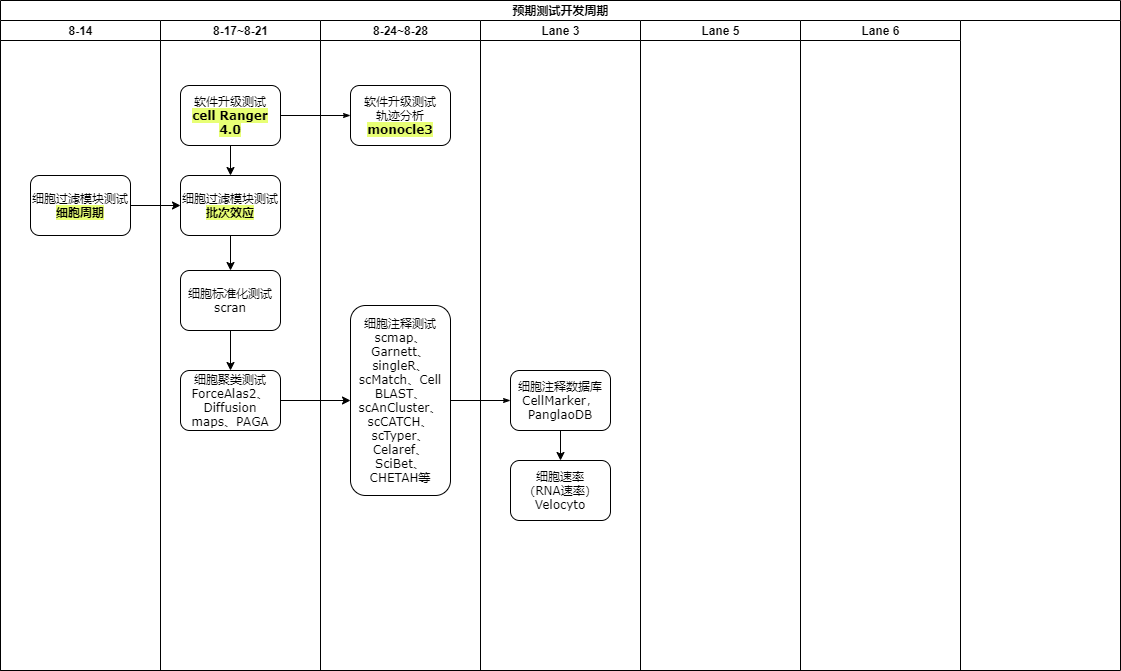
This is 流程图2.png from myshu2017-03-14/test-myshu-2018-1-13, a draw.io export, as it was before one commit. Source tidied: cells renumbered, new cells last; positions are measured from the earlier drawing's top-left corner, leaving out a move shared by most shapes.
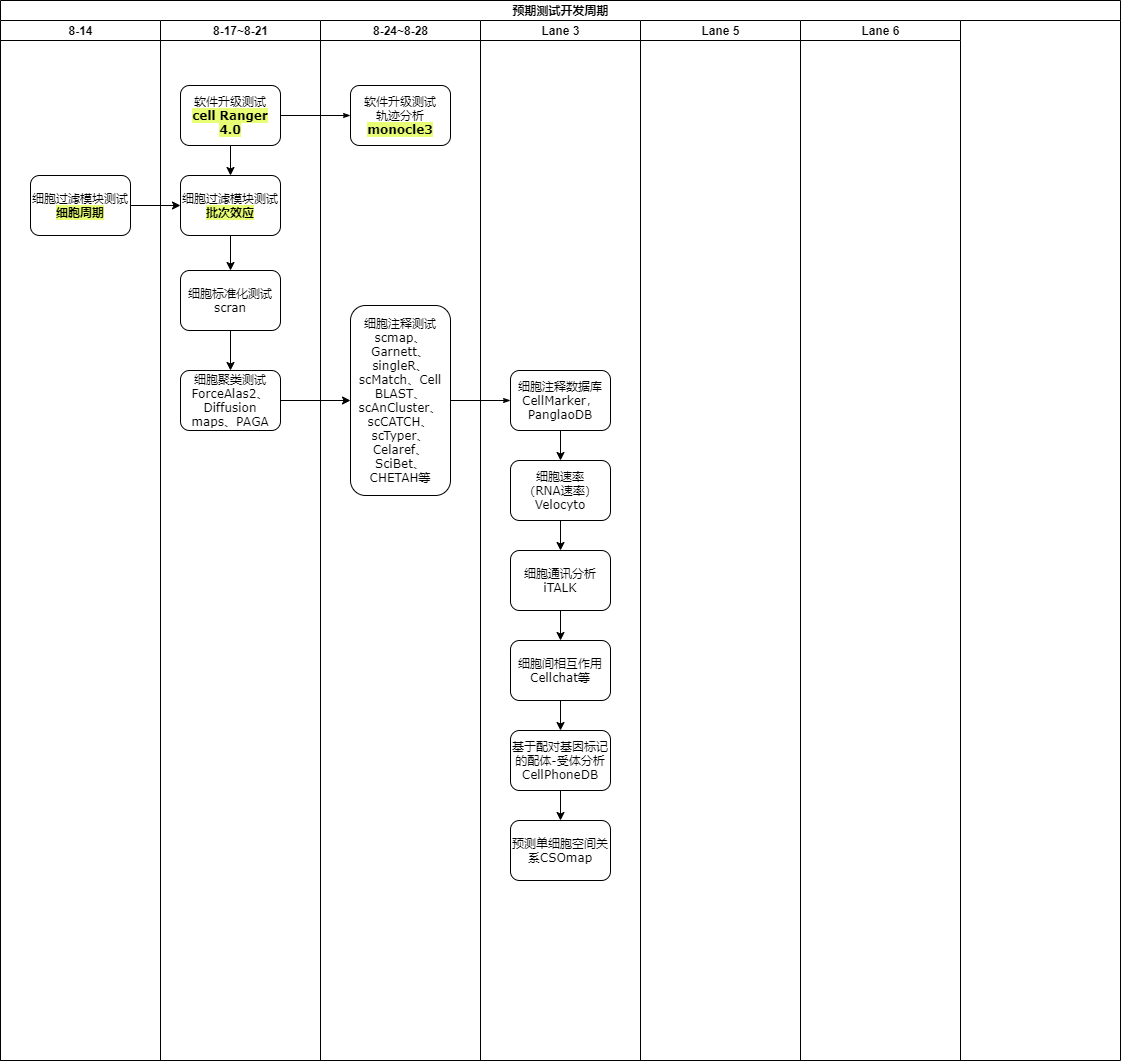
Later version of the same file.

Commit message:
更新流程图2.png

Diff of the diagram source:
```diff
@@ -3,16 +3,16 @@
     <mxCell id="0" />
     <mxCell id="1" parent="0" />
     <mxCell id="2" value="预期测试开发周期" style="swimlane;html=1;startSize=20;rounded=0;shadow=0;labelBackgroundColor=none;strokeWidth=1;fontFamily=Verdana;fontSize=8;align=center;" parent="1" vertex="1">
-      <mxGeometry width="1120" height="670" as="geometry" />
+      <mxGeometry width="1120" height="1060" as="geometry" />
     </mxCell>
     <mxCell id="3" value="8-14" style="swimlane;html=1;startSize=20;" parent="2" vertex="1">
-      <mxGeometry y="20" width="160" height="650" as="geometry" />
+      <mxGeometry y="20" width="160" height="1040" as="geometry" />
     </mxCell>
     <mxCell id="4" value="细胞过滤模块测试&lt;br&gt;&lt;b style=&quot;background-color: rgb(232 , 255 , 117)&quot;&gt;细胞周期&lt;/b&gt;" style="rounded=1;whiteSpace=wrap;html=1;shadow=0;labelBackgroundColor=none;strokeWidth=1;fontFamily=Verdana;fontSize=8;align=center;" parent="3" vertex="1">
       <mxGeometry x="30" y="155" width="100" height="60" as="geometry" />
     </mxCell>
     <mxCell id="5" value="8-17~8-21" style="swimlane;html=1;startSize=20;" parent="2" vertex="1">
-      <mxGeometry x="160" y="20" width="160" height="650" as="geometry" />
+      <mxGeometry x="160" y="20" width="160" height="1040" as="geometry" />
     </mxCell>
     <mxCell id="6" value="细胞标准化测试&lt;br&gt;scran" style="rounded=1;whiteSpace=wrap;html=1;shadow=0;labelBackgroundColor=none;strokeWidth=1;fontFamily=Verdana;fontSize=8;align=center;" parent="5" vertex="1">
       <mxGeometry x="20" y="250" width="100" height="60" as="geometry" />
@@ -42,7 +42,7 @@
       <mxGeometry relative="1" as="geometry" />
     </mxCell>
     <mxCell id="15" value="8-24~8-28" style="swimlane;html=1;startSize=20;" parent="2" vertex="1">
-      <mxGeometry x="320" y="20" width="160" height="650" as="geometry" />
+      <mxGeometry x="320" y="20" width="160" height="1040" as="geometry" />
     </mxCell>
     <mxCell id="16" value="&lt;div&gt;&lt;span style=&quot;font-size: 8px&quot;&gt;细胞注释测试&lt;/span&gt;&lt;/div&gt;&lt;div&gt;&lt;span style=&quot;font-size: 8px&quot;&gt;scmap、Garnett、singleR、scMatch、Cell&lt;/span&gt;&lt;/div&gt;&lt;div&gt;&lt;span style=&quot;font-size: 8px&quot;&gt;BLAST、scAnCluster、scCATCH、scTyper、Celaref、SciBet、CHETAH等&lt;/span&gt;&lt;/div&gt;" style="rounded=1;whiteSpace=wrap;html=1;shadow=0;labelBackgroundColor=none;strokeWidth=1;fontFamily=Verdana;fontSize=8;align=center;" parent="15" vertex="1">
       <mxGeometry x="30" y="285" width="100" height="190" as="geometry" />
@@ -51,7 +51,7 @@
       <mxGeometry x="30" y="65" width="100" height="60" as="geometry" />
     </mxCell>
     <mxCell id="18" value="Lane 3" style="swimlane;html=1;startSize=20;" parent="2" vertex="1">
-      <mxGeometry x="480" y="20" width="160" height="650" as="geometry" />
+      <mxGeometry x="480" y="20" width="160" height="1040" as="geometry" />
     </mxCell>
     <mxCell id="19" style="edgeStyle=none;rounded=1;jettySize=auto;html=1;" parent="18" edge="1" source="20" target="21">
       <mxGeometry relative="1" as="geometry" />
@@ -62,11 +62,35 @@
     <mxCell id="21" value="&lt;span style=&quot;font-size: 8px&quot;&gt;细胞速率&lt;br&gt;（RNA速率） Velocyto&lt;/span&gt;" style="rounded=1;whiteSpace=wrap;html=1;shadow=0;labelBackgroundColor=none;strokeWidth=1;fontFamily=Verdana;fontSize=8;align=center;" parent="18" vertex="1">
       <mxGeometry x="30" y="440" width="100" height="60" as="geometry" />
     </mxCell>
+    <mxCell id="26" style="edgeStyle=none;rounded=1;jettySize=auto;html=1;fontFamily=Verdana;fontSize=8;" parent="18" edge="1" source="21" target="28">
+      <mxGeometry relative="1" as="geometry" />
+    </mxCell>
+    <mxCell id="27" style="edgeStyle=none;rounded=1;jettySize=auto;html=1;fontFamily=Verdana;fontSize=8;" parent="18" edge="1" source="28" target="30">
+      <mxGeometry relative="1" as="geometry" />
+    </mxCell>
+    <mxCell id="28" value="&lt;span style=&quot;font-size: 8px&quot;&gt;细胞通讯分析 iTALK&lt;/span&gt;" style="whiteSpace=wrap;html=1;rounded=1;shadow=0;fontFamily=Verdana;fontSize=8;strokeWidth=1;" parent="18" vertex="1">
+      <mxGeometry x="30" y="530" width="100" height="60" as="geometry" />
+    </mxCell>
+    <mxCell id="29" style="edgeStyle=none;rounded=1;jettySize=auto;html=1;fontFamily=Verdana;fontSize=8;" parent="18" edge="1" source="30" target="32">
+      <mxGeometry relative="1" as="geometry" />
+    </mxCell>
+    <mxCell id="30" value="&lt;span style=&quot;font-size: 8px&quot;&gt;细胞间相互作用Cellchat等&lt;/span&gt;" style="whiteSpace=wrap;html=1;rounded=1;shadow=0;fontFamily=Verdana;fontSize=8;strokeWidth=1;" parent="18" vertex="1">
+      <mxGeometry x="30" y="620" width="100" height="60" as="geometry" />
+    </mxCell>
+    <mxCell id="31" style="edgeStyle=none;rounded=1;jettySize=auto;html=1;fontFamily=Verdana;fontSize=8;" parent="18" edge="1" source="32" target="33">
+      <mxGeometry relative="1" as="geometry" />
+    </mxCell>
+    <mxCell id="32" value="&lt;span style=&quot;font-size: 8px&quot;&gt;基于配对基因标记的配体-受体分析CellPhoneDB&lt;/span&gt;" style="whiteSpace=wrap;html=1;rounded=1;shadow=0;fontFamily=Verdana;fontSize=8;strokeWidth=1;" parent="18" vertex="1">
+      <mxGeometry x="30" y="710" width="100" height="60" as="geometry" />
+    </mxCell>
+    <mxCell id="33" value="&lt;span style=&quot;font-size: 8px&quot;&gt;预测单细胞空间关系CSOmap&lt;/span&gt;" style="whiteSpace=wrap;html=1;rounded=1;shadow=0;fontFamily=Verdana;fontSize=8;strokeWidth=1;" parent="18" vertex="1">
+      <mxGeometry x="30" y="800" width="100" height="60" as="geometry" />
+    </mxCell>
     <mxCell id="22" value="Lane 5" style="swimlane;html=1;startSize=20;" parent="2" vertex="1">
-      <mxGeometry x="640" y="20" width="160" height="650" as="geometry" />
+      <mxGeometry x="640" y="20" width="160" height="1040" as="geometry" />
     </mxCell>
     <mxCell id="23" value="Lane 6" style="swimlane;html=1;startSize=20;" parent="2" vertex="1">
-      <mxGeometry x="800" y="20" width="160" height="650" as="geometry" />
+      <mxGeometry x="800" y="20" width="160" height="1040" as="geometry" />
     </mxCell>
     <mxCell id="24" style="edgeStyle=orthogonalEdgeStyle;rounded=0;jettySize=auto;html=1;entryX=0;entryY=0.5;entryDx=0;entryDy=0;" parent="2" edge="1" source="4" target="10">
       <mxGeometry relative="1" as="geometry" />
```
